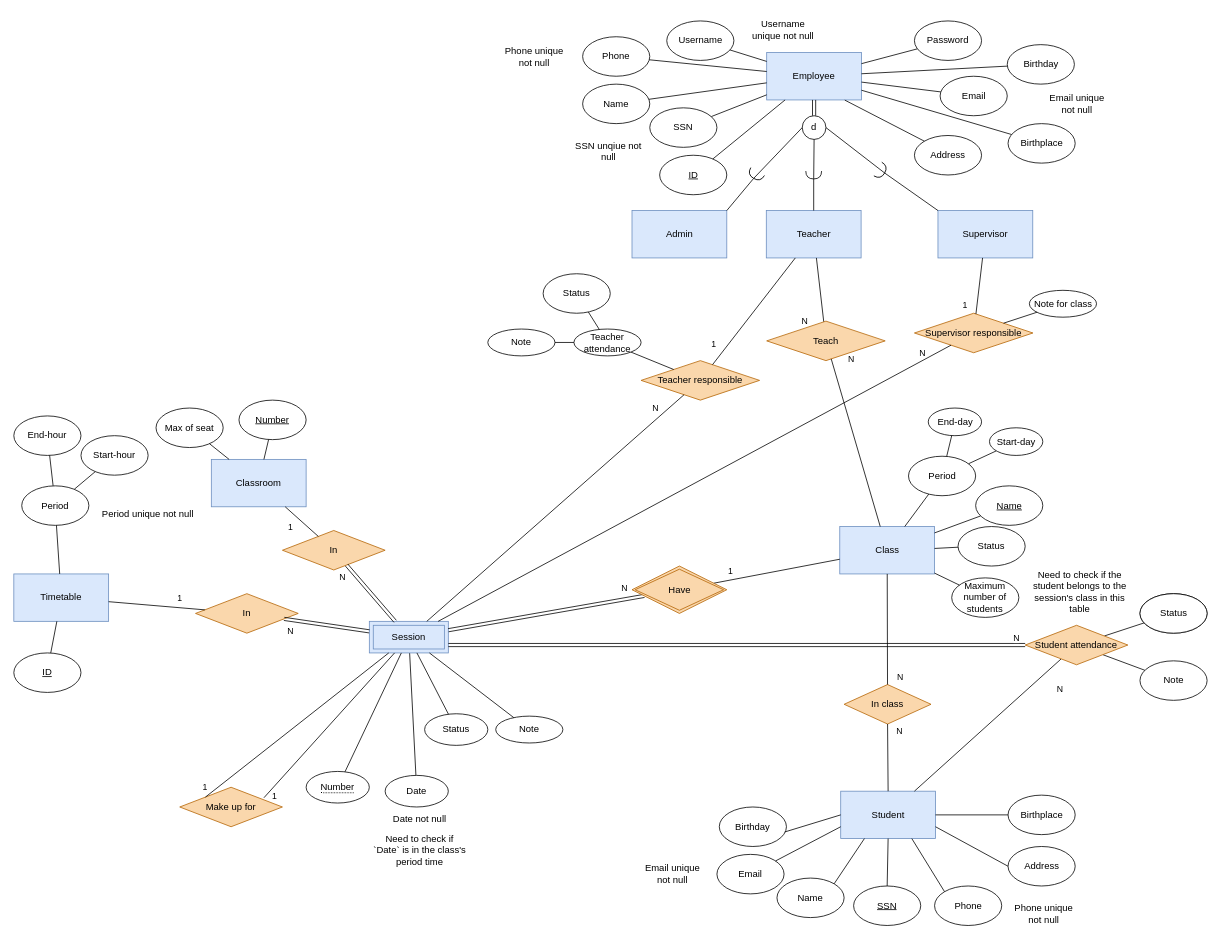
Above: page "Official" (1 of 3) of Week 3/ERD.drawio in astr0tas/English-Center-Attendance-Check (draw.io), before the change. Source tidied: cells renumbered, new cells numbered last; positions are measured from the earlier drawing's top-left corner, leaving out a move shared by most shapes. Both pictures are drawn from the tidied source at 79%, with x=0, y=0 at pixel (13, 13).
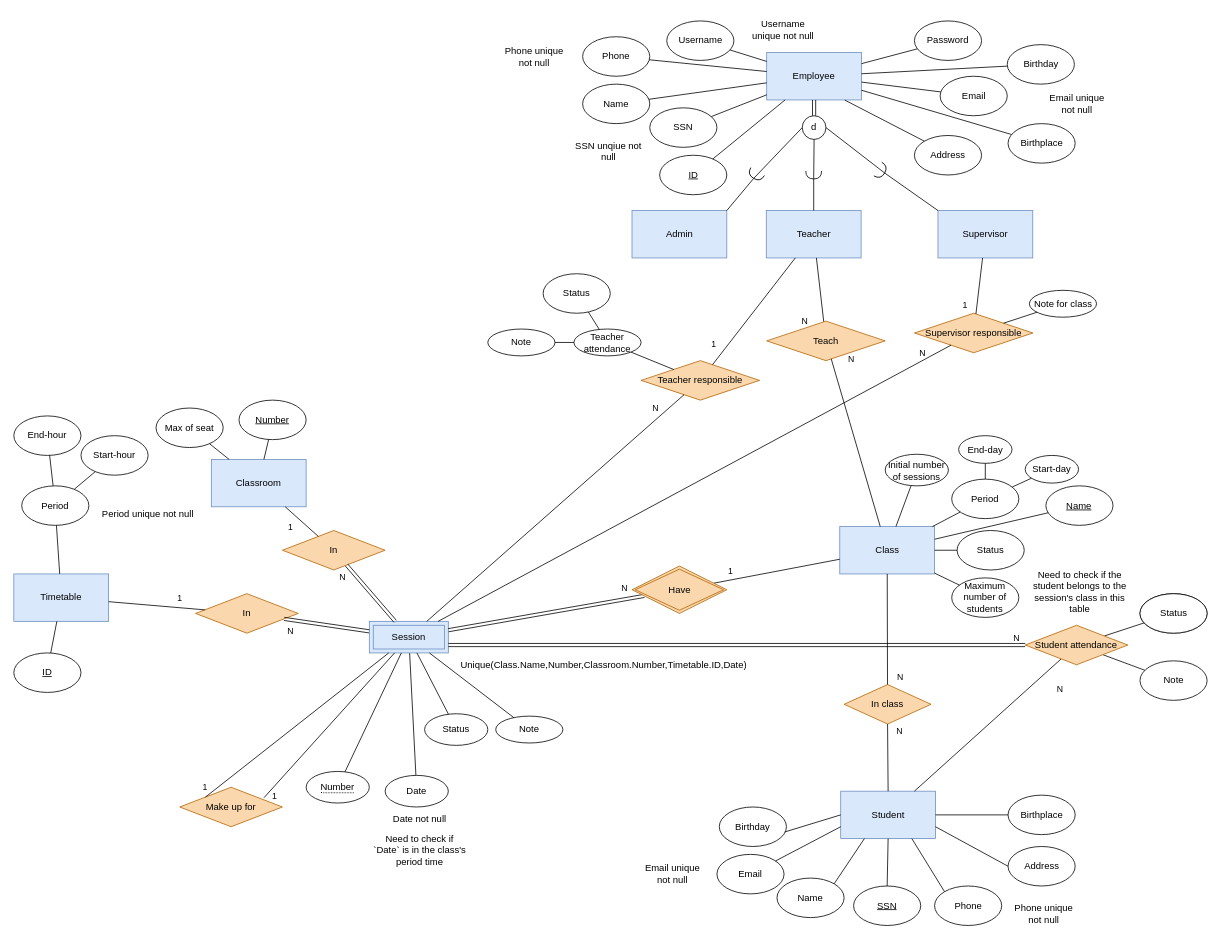
Above is the later version.

Unchanged cells that the change refers to:
```xml
<mxCell id="4" value="Class" style="rounded=0;whiteSpace=wrap;html=1;fillColor=#dae8fc;strokeColor=#6c8ebf;" parent="1" vertex="1">
  <mxGeometry x="1045.5" y="649" width="120" height="60" as="geometry" />
</mxCell>
```

Diff of the diagram source:
```diff
@@
     <mxCell id="25" value="&lt;u&gt;Name&lt;/u&gt;" style="ellipse;whiteSpace=wrap;html=1;" parent="1" vertex="1">
-      <mxGeometry x="1217.5" y="597.5" width="85" height="50" as="geometry" />
+      <mxGeometry x="1306.4" y="597.5" width="85" height="50" as="geometry" />
     </mxCell>
@@
     <mxCell id="55" value="&lt;span style=&quot;font-weight: normal;&quot;&gt;End-day&lt;/span&gt;" style="ellipse;whiteSpace=wrap;html=1;" parent="1" vertex="1">
-      <mxGeometry x="1157.5" y="499" width="67.5" height="35" as="geometry" />
+      <mxGeometry x="1196" y="534" width="67.5" height="35" as="geometry" />
     </mxCell>
@@
     <mxCell id="66" value="Period" style="ellipse;whiteSpace=wrap;html=1;" parent="1" vertex="1">
-      <mxGeometry x="1132.5" y="560" width="85" height="50" as="geometry" />
+      <mxGeometry x="1187.2" y="589" width="85" height="50" as="geometry" />
     </mxCell>
     <mxCell id="67" value="Start-day" style="ellipse;whiteSpace=wrap;html=1;" parent="1" vertex="1">
-      <mxGeometry x="1235" y="524" width="67.5" height="35" as="geometry" />
+      <mxGeometry x="1280.2" y="559" width="67.5" height="35" as="geometry" />
     </mxCell>
@@
     <mxCell id="82" value="Status" style="ellipse;whiteSpace=wrap;html=1;" parent="1" vertex="1">
-      <mxGeometry x="1195.2" y="649" width="85" height="50" as="geometry" />
+      <mxGeometry x="1194" y="654" width="85" height="50" as="geometry" />
     </mxCell>
@@
+    <mxCell id="148" value="Initial number of sessions" style="ellipse;whiteSpace=wrap;html=1;align=center;" parent="1" vertex="1">
+      <mxGeometry x="1103" y="557.5" width="80" height="40" as="geometry" />
+    </mxCell>
+    <mxCell id="149" style="endArrow=none;html=1;rounded=0;" parent="1" edge="1" source="4" target="148">
+      <mxGeometry relative="1" as="geometry" />
+    </mxCell>
+    <mxCell id="150" value="Unique(Class.Name,Number,Classroom.Number,Timetable.ID,Date)" style="text;html=1;strokeColor=none;fillColor=none;align=center;verticalAlign=middle;whiteSpace=wrap;rounded=0;" parent="1" vertex="1">
+      <mxGeometry x="696.5" y="809" width="100" height="30" as="geometry" />
+    </mxCell>
```
